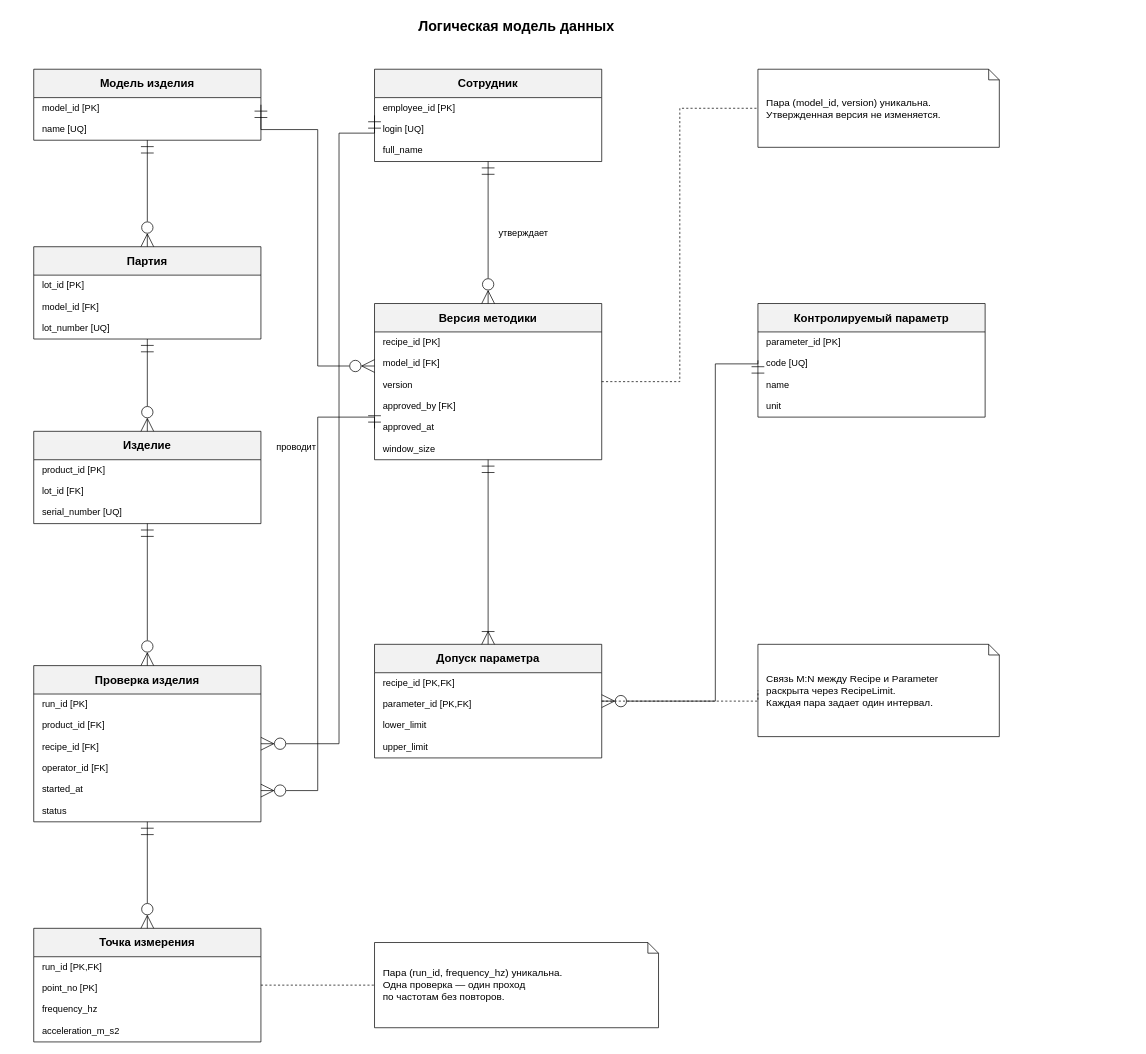
Before: models/er_logical.drawio in gglev/haptic-qc-system, a draw.io diagram. Source tidied: cells renumbered, new cells numbered last; positions are measured from the earlier drawing's top-left corner, leaving out a move shared by most shapes. Both pictures are drawn from the tidied source at 71%, with x=0, y=0 at pixel (12, 12).
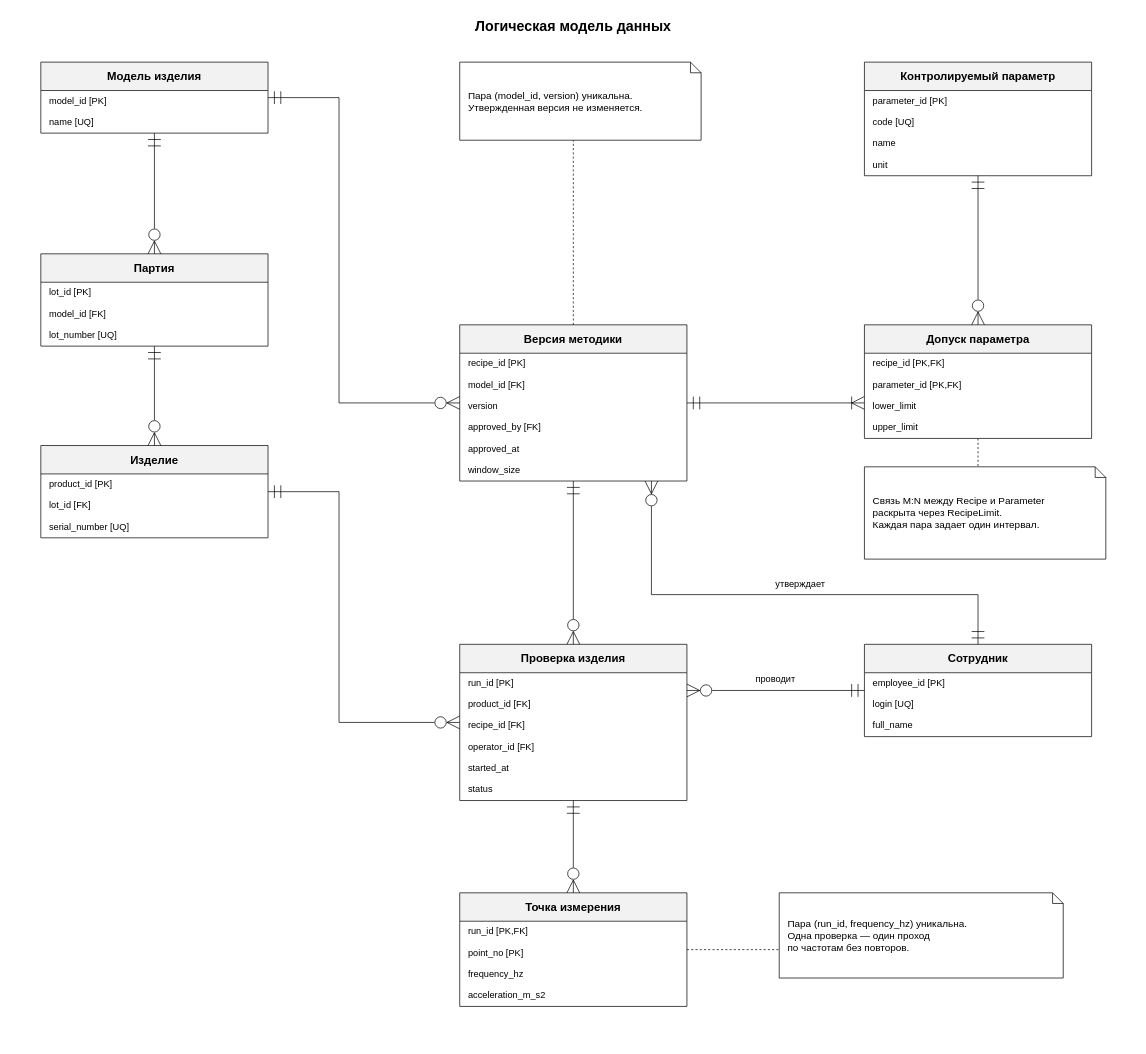
Above is the later version.

What changed in the source:
```diff
@@
     <mxCell id="2" value="Логическая модель данных" style="whiteSpace=wrap;html=0;fontFamily=Arial;fontSize=14;fontColor=#000000;strokeColor=#000000;fillColor=#ffffff;text;strokeColor=none;fillColor=none;fontSize=20;fontStyle=1;align=center;" parent="1" vertex="1">
-      <mxGeometry width="1420" height="44" as="geometry" />
+      <mxGeometry width="1580" height="44" as="geometry" />
     </mxCell>
     <mxCell id="3" value="Модель изделия" style="whiteSpace=wrap;html=0;fontFamily=Arial;fontSize=14;fontColor=#000000;strokeColor=#000000;fillColor=#ffffff;swimlane;horizontal=1;startSize=40;fontStyle=1;fontSize=16;align=center;swimlaneFillColor=#ffffff;fillColor=#f2f2f2;" parent="1" vertex="1">
-      <mxGeometry x="30" y="80" width="320" height="100" as="geometry" />
+      <mxGeometry x="40" y="70" width="320" height="100" as="geometry" />
     </mxCell>
@@
     <mxCell id="6" value="Партия" style="whiteSpace=wrap;html=0;fontFamily=Arial;fontSize=14;fontColor=#000000;strokeColor=#000000;fillColor=#ffffff;swimlane;horizontal=1;startSize=40;fontStyle=1;fontSize=16;align=center;swimlaneFillColor=#ffffff;fillColor=#f2f2f2;" parent="1" vertex="1">
-      <mxGeometry x="30" y="330" width="320" height="130" as="geometry" />
+      <mxGeometry x="40" y="340" width="320" height="130" as="geometry" />
     </mxCell>
@@
     <mxCell id="10" value="Изделие" style="whiteSpace=wrap;html=0;fontFamily=Arial;fontSize=14;fontColor=#000000;strokeColor=#000000;fillColor=#ffffff;swimlane;horizontal=1;startSize=40;fontStyle=1;fontSize=16;align=center;swimlaneFillColor=#ffffff;fillColor=#f2f2f2;" parent="1" vertex="1">
-      <mxGeometry x="30" y="590" width="320" height="130" as="geometry" />
+      <mxGeometry x="40" y="610" width="320" height="130" as="geometry" />
     </mxCell>
@@
     <mxCell id="14" value="Сотрудник" style="whiteSpace=wrap;html=0;fontFamily=Arial;fontSize=14;fontColor=#000000;strokeColor=#000000;fillColor=#ffffff;swimlane;horizontal=1;startSize=40;fontStyle=1;fontSize=16;align=center;swimlaneFillColor=#ffffff;fillColor=#f2f2f2;" parent="1" vertex="1">
-      <mxGeometry x="510" y="80" width="320" height="130" as="geometry" />
+      <mxGeometry x="1200" y="890" width="320" height="130" as="geometry" />
     </mxCell>
@@
     <mxCell id="18" value="Версия методики" style="whiteSpace=wrap;html=0;fontFamily=Arial;fontSize=14;fontColor=#000000;strokeColor=#000000;fillColor=#ffffff;swimlane;horizontal=1;startSize=40;fontStyle=1;fontSize=16;align=center;swimlaneFillColor=#ffffff;fillColor=#f2f2f2;" parent="1" vertex="1">
-      <mxGeometry x="510" y="410" width="320" height="220" as="geometry" />
+      <mxGeometry x="630" y="440" width="320" height="220" as="geometry" />
     </mxCell>
@@
     <mxCell id="25" value="Контролируемый параметр" style="whiteSpace=wrap;html=0;fontFamily=Arial;fontSize=14;fontColor=#000000;strokeColor=#000000;fillColor=#ffffff;swimlane;horizontal=1;startSize=40;fontStyle=1;fontSize=16;align=center;swimlaneFillColor=#ffffff;fillColor=#f2f2f2;" parent="1" vertex="1">
-      <mxGeometry x="1050" y="410" width="320" height="160" as="geometry" />
+      <mxGeometry x="1200" y="70" width="320" height="160" as="geometry" />
     </mxCell>
@@
     <mxCell id="30" value="Допуск параметра" style="whiteSpace=wrap;html=0;fontFamily=Arial;fontSize=14;fontColor=#000000;strokeColor=#000000;fillColor=#ffffff;swimlane;horizontal=1;startSize=40;fontStyle=1;fontSize=16;align=center;swimlaneFillColor=#ffffff;fillColor=#f2f2f2;" parent="1" vertex="1">
-      <mxGeometry x="510" y="890" width="320" height="160" as="geometry" />
+      <mxGeometry x="1200" y="440" width="320" height="160" as="geometry" />
     </mxCell>
@@
     <mxCell id="35" value="Проверка изделия" style="whiteSpace=wrap;html=0;fontFamily=Arial;fontSize=14;fontColor=#000000;strokeColor=#000000;fillColor=#ffffff;swimlane;horizontal=1;startSize=40;fontStyle=1;fontSize=16;align=center;swimlaneFillColor=#ffffff;fillColor=#f2f2f2;" parent="1" vertex="1">
-      <mxGeometry x="30" y="920" width="320" height="220" as="geometry" />
+      <mxGeometry x="630" y="890" width="320" height="220" as="geometry" />
     </mxCell>
@@
     <mxCell id="42" value="Точка измерения" style="whiteSpace=wrap;html=0;fontFamily=Arial;fontSize=14;fontColor=#000000;strokeColor=#000000;fillColor=#ffffff;swimlane;horizontal=1;startSize=40;fontStyle=1;fontSize=16;align=center;swimlaneFillColor=#ffffff;fillColor=#f2f2f2;" parent="1" vertex="1">
-      <mxGeometry x="30" y="1290" width="320" height="160" as="geometry" />
+      <mxGeometry x="630" y="1240" width="320" height="160" as="geometry" />
     </mxCell>
@@
-    <mxCell id="47" style="edgeStyle=orthogonalEdgeStyle;rounded=0;jettySize=20;html=0;fontFamily=Arial;fontSize=13;fontColor=#000000;strokeColor=#000000;labelBackgroundColor=#ffffff;endArrow=block;endFill=1;exitX=0.5;exitY=1;entryX=0.5;entryY=0;exitDx=0;exitDy=0;entryDx=0;entryDy=0;startArrow=ERmandOne;startFill=0;startSize=16;endSize=16;endFill=0;endArrow=ERzeroToMany;" parent="1" edge="1" source="3" target="6">
+    <mxCell id="47" style="edgeStyle=orthogonalEdgeStyle;rounded=0;jettySize=20;html=0;fontFamily=Arial;fontSize=13;fontColor=#000000;strokeColor=#000000;labelBackgroundColor=#ffffff;endArrow=block;endFill=1;startArrow=ERmandOne;startFill=0;startSize=16;endSize=16;endFill=0;endArrow=ERzeroToMany;exitX=0.5;exitY=1.0;exitDx=0;exitDy=0;entryX=0.5;entryY=0.0;entryDx=0;entryDy=0;" parent="1" edge="1" source="3" target="6">
       <mxGeometry relative="1" as="geometry" />
     </mxCell>
-    <mxCell id="48" style="edgeStyle=orthogonalEdgeStyle;rounded=0;jettySize=20;html=0;fontFamily=Arial;fontSize=13;fontColor=#000000;strokeColor=#000000;labelBackgroundColor=#ffffff;endArrow=block;endFill=1;exitX=0.5;exitY=1;entryX=0.5;entryY=0;exitDx=0;exitDy=0;entryDx=0;entryDy=0;startArrow=ERmandOne;startFill=0;startSize=16;endSize=16;endFill=0;endArrow=ERzeroToMany;" parent="1" edge="1" source="6" target="10">
+    <mxCell id="48" style="edgeStyle=orthogonalEdgeStyle;rounded=0;jettySize=20;html=0;fontFamily=Arial;fontSize=13;fontColor=#000000;strokeColor=#000000;labelBackgroundColor=#ffffff;endArrow=block;endFill=1;startArrow=ERmandOne;startFill=0;startSize=16;endSize=16;endFill=0;endArrow=ERzeroToMany;exitX=0.5;exitY=1.0;exitDx=0;exitDy=0;entryX=0.5;entryY=0.0;entryDx=0;entryDy=0;" parent="1" edge="1" source="6" target="10">
       <mxGeometry relative="1" as="geometry" />
     </mxCell>
-    <mxCell id="49" style="edgeStyle=orthogonalEdgeStyle;rounded=0;jettySize=20;html=0;fontFamily=Arial;fontSize=13;fontColor=#000000;strokeColor=#000000;labelBackgroundColor=#ffffff;endArrow=block;endFill=1;exitX=1;exitY=0.5;entryX=0;entryY=0.4;exitDx=0;exitDy=0;entryDx=0;entryDy=0;startArrow=ERmandOne;startFill=0;startSize=16;endSize=16;endFill=0;endArrow=ERzeroToMany;" parent="1" edge="1" source="3" target="18">
+    <mxCell id="49" style="edgeStyle=orthogonalEdgeStyle;rounded=0;jettySize=20;html=0;fontFamily=Arial;fontSize=13;fontColor=#000000;strokeColor=#000000;labelBackgroundColor=#ffffff;endArrow=block;endFill=1;startArrow=ERmandOne;startFill=0;startSize=16;endSize=16;endFill=0;endArrow=ERzeroToMany;exitX=1.0;exitY=0.5;exitDx=0;exitDy=0;entryX=0.0;entryY=0.5;entryDx=0;entryDy=0;" parent="1" edge="1" source="3" target="18">
       <mxGeometry relative="1" as="geometry">
         <Array as="points">
-          <mxPoint x="350" y="165" />
-          <mxPoint x="430" y="165" />
-          <mxPoint x="430" y="498" />
+          <mxPoint x="460" y="120" />
+          <mxPoint x="460" y="550" />
         </Array>
       </mxGeometry>
     </mxCell>
-    <mxCell id="50" value="утверждает" style="edgeStyle=orthogonalEdgeStyle;rounded=0;jettySize=20;html=0;fontFamily=Arial;fontSize=13;fontColor=#000000;strokeColor=#000000;labelBackgroundColor=#ffffff;endArrow=block;endFill=1;exitX=0.5;exitY=1;entryX=0.5;entryY=0;exitDx=0;exitDy=0;entryDx=0;entryDy=0;startArrow=ERmandOne;startFill=0;startSize=16;endSize=16;endFill=0;endArrow=ERzeroToMany;" parent="1" edge="1" source="14" target="18">
-      <mxGeometry y="50" relative="1" as="geometry" />
+    <mxCell id="50" value="утверждает" style="edgeStyle=orthogonalEdgeStyle;rounded=0;jettySize=20;html=0;fontFamily=Arial;fontSize=13;fontColor=#000000;strokeColor=#000000;labelBackgroundColor=#ffffff;endArrow=block;endFill=1;startArrow=ERmandOne;startFill=0;startSize=16;endSize=16;endFill=0;endArrow=ERzeroToMany;exitX=0.5;exitY=0.0;exitDx=0;exitDy=0;entryX=0.84375;entryY=1.0;entryDx=0;entryDy=0;" parent="1" edge="1" source="14" target="18">
+      <mxGeometry relative="1" as="geometry">
+        <Array as="points">
+          <mxPoint x="1360" y="820" />
+          <mxPoint x="900" y="820" />
+        </Array>
+        <mxPoint x="25" y="-16" as="offset" />
+      </mxGeometry>
     </mxCell>
-    <mxCell id="51" value="проводит" style="edgeStyle=orthogonalEdgeStyle;rounded=0;jettySize=20;html=0;fontFamily=Arial;fontSize=13;fontColor=#000000;strokeColor=#000000;labelBackgroundColor=#ffffff;endArrow=block;endFill=1;exitX=0;exitY=0.5;entryX=1;entryY=0.5;exitDx=0;exitDy=0;entryDx=0;entryDy=0;startArrow=ERmandOne;startFill=0;startSize=16;endSize=16;endFill=0;endArrow=ERzeroToMany;" parent="1" edge="1" source="14" target="35">
-      <mxGeometry x="-0.01" y="-60" relative="1" as="geometry">
-        <Array as="points">
-          <mxPoint x="510" y="170" />
-          <mxPoint x="460" y="170" />
-          <mxPoint x="460" y="1030" />
-        </Array>
+    <mxCell id="51" value="проводит" style="edgeStyle=orthogonalEdgeStyle;rounded=0;jettySize=20;html=0;fontFamily=Arial;fontSize=13;fontColor=#000000;strokeColor=#000000;labelBackgroundColor=#ffffff;endArrow=block;endFill=1;startArrow=ERmandOne;startFill=0;startSize=16;endSize=16;endFill=0;endArrow=ERzeroToMany;exitX=0.0;exitY=0.5;exitDx=0;exitDy=0;entryX=1.0;entryY=0.29545454545454547;entryDx=0;entryDy=0;" parent="1" edge="1" source="14" target="35">
+      <mxGeometry relative="1" as="geometry">
+        <mxPoint y="-17" as="offset" />
       </mxGeometry>
     </mxCell>
-    <mxCell id="52" style="edgeStyle=orthogonalEdgeStyle;rounded=0;jettySize=20;html=0;fontFamily=Arial;fontSize=13;fontColor=#000000;strokeColor=#000000;labelBackgroundColor=#ffffff;endArrow=block;endFill=1;exitX=0.5;exitY=1;entryX=0.5;entryY=0;exitDx=0;exitDy=0;entryDx=0;entryDy=0;startArrow=ERmandOne;startFill=0;startSize=16;endSize=16;endFill=0;endArrow=ERzeroToMany;" parent="1" edge="1" source="10" target="35">
-      <mxGeometry relative="1" as="geometry" />
+    <mxCell id="52" style="edgeStyle=orthogonalEdgeStyle;rounded=0;jettySize=20;html=0;fontFamily=Arial;fontSize=13;fontColor=#000000;strokeColor=#000000;labelBackgroundColor=#ffffff;endArrow=block;endFill=1;startArrow=ERmandOne;startFill=0;startSize=16;endSize=16;endFill=0;endArrow=ERzeroToMany;exitX=1.0;exitY=0.5;exitDx=0;exitDy=0;entryX=0.0;entryY=0.5;entryDx=0;entryDy=0;" parent="1" edge="1" source="10" target="35">
+      <mxGeometry relative="1" as="geometry">
+        <Array as="points">
+          <mxPoint x="460" y="675" />
+          <mxPoint x="460" y="1000" />
+        </Array>
+      </mxGeometry>
     </mxCell>
-    <mxCell id="53" style="edgeStyle=orthogonalEdgeStyle;rounded=0;jettySize=20;html=0;fontFamily=Arial;fontSize=13;fontColor=#000000;strokeColor=#000000;labelBackgroundColor=#ffffff;endArrow=block;endFill=1;exitX=0;exitY=0.8;entryX=1;entryY=0.8;exitDx=0;exitDy=0;entryDx=0;entryDy=0;startArrow=ERmandOne;startFill=0;startSize=16;endSize=16;endFill=0;endArrow=ERzeroToMany;" parent="1" edge="1" source="18" target="35">
-      <mxGeometry relative="1" as="geometry">
-        <Array as="points">
-          <mxPoint x="510" y="570" />
-          <mxPoint x="430" y="570" />
-          <mxPoint x="430" y="1096" />
-        </Array>
-      </mxGeometry>
+    <mxCell id="53" style="edgeStyle=orthogonalEdgeStyle;rounded=0;jettySize=20;html=0;fontFamily=Arial;fontSize=13;fontColor=#000000;strokeColor=#000000;labelBackgroundColor=#ffffff;endArrow=block;endFill=1;startArrow=ERmandOne;startFill=0;startSize=16;endSize=16;endFill=0;endArrow=ERzeroToMany;exitX=0.5;exitY=1.0;exitDx=0;exitDy=0;entryX=0.5;entryY=0.0;entryDx=0;entryDy=0;" parent="1" edge="1" source="18" target="35">
+      <mxGeometry relative="1" as="geometry" />
     </mxCell>
-    <mxCell id="54" style="edgeStyle=orthogonalEdgeStyle;rounded=0;jettySize=20;html=0;fontFamily=Arial;fontSize=13;fontColor=#000000;strokeColor=#000000;labelBackgroundColor=#ffffff;endArrow=block;endFill=1;exitX=0.5;exitY=1;entryX=0.5;entryY=0;exitDx=0;exitDy=0;entryDx=0;entryDy=0;startArrow=ERmandOne;startFill=0;startSize=16;endSize=16;endFill=0;endArrow=ERoneToMany;" parent="1" edge="1" source="18" target="30">
+    <mxCell id="54" style="edgeStyle=orthogonalEdgeStyle;rounded=0;jettySize=20;html=0;fontFamily=Arial;fontSize=13;fontColor=#000000;strokeColor=#000000;labelBackgroundColor=#ffffff;endArrow=block;endFill=1;startArrow=ERmandOne;startFill=0;startSize=16;endSize=16;endFill=0;endArrow=ERoneToMany;exitX=1.0;exitY=0.5;exitDx=0;exitDy=0;entryX=0.0;entryY=0.6875;entryDx=0;entryDy=0;" parent="1" edge="1" source="18" target="30">
       <mxGeometry relative="1" as="geometry" />
     </mxCell>
-    <mxCell id="55" style="edgeStyle=orthogonalEdgeStyle;rounded=0;jettySize=20;html=0;fontFamily=Arial;fontSize=13;fontColor=#000000;strokeColor=#000000;labelBackgroundColor=#ffffff;endArrow=block;endFill=1;exitX=0;exitY=0.5;entryX=1;entryY=0.5;exitDx=0;exitDy=0;entryDx=0;entryDy=0;startArrow=ERmandOne;startFill=0;startSize=16;endSize=16;endFill=0;endArrow=ERzeroToMany;" parent="1" edge="1" source="25" target="30">
-      <mxGeometry relative="1" as="geometry">
-        <Array as="points">
-          <mxPoint x="990" y="495" />
-          <mxPoint x="990" y="970" />
-        </Array>
-      </mxGeometry>
+    <mxCell id="55" style="edgeStyle=orthogonalEdgeStyle;rounded=0;jettySize=20;html=0;fontFamily=Arial;fontSize=13;fontColor=#000000;strokeColor=#000000;labelBackgroundColor=#ffffff;endArrow=block;endFill=1;startArrow=ERmandOne;startFill=0;startSize=16;endSize=16;endFill=0;endArrow=ERzeroToMany;exitX=0.5;exitY=1.0;exitDx=0;exitDy=0;entryX=0.5;entryY=0.0;entryDx=0;entryDy=0;" parent="1" edge="1" source="25" target="30">
+      <mxGeometry relative="1" as="geometry" />
     </mxCell>
-    <mxCell id="56" style="edgeStyle=orthogonalEdgeStyle;rounded=0;jettySize=20;html=0;fontFamily=Arial;fontSize=13;fontColor=#000000;strokeColor=#000000;labelBackgroundColor=#ffffff;endArrow=block;endFill=1;exitX=0.5;exitY=1;entryX=0.5;entryY=0;exitDx=0;exitDy=0;entryDx=0;entryDy=0;startArrow=ERmandOne;startFill=0;startSize=16;endSize=16;endFill=0;endArrow=ERzeroToMany;" parent="1" edge="1" source="35" target="42">
+    <mxCell id="56" style="edgeStyle=orthogonalEdgeStyle;rounded=0;jettySize=20;html=0;fontFamily=Arial;fontSize=13;fontColor=#000000;strokeColor=#000000;labelBackgroundColor=#ffffff;endArrow=block;endFill=1;startArrow=ERmandOne;startFill=0;startSize=16;endSize=16;endFill=0;endArrow=ERzeroToMany;exitX=0.5;exitY=1.0;exitDx=0;exitDy=0;entryX=0.5;entryY=0.0;entryDx=0;entryDy=0;" parent="1" edge="1" source="35" target="42">
       <mxGeometry relative="1" as="geometry" />
     </mxCell>
     <mxCell id="57" value="Пара (model_id, version) уникальна.&#10;Утвержденная версия не изменяется." style="whiteSpace=wrap;html=0;fontFamily=Arial;fontSize=14;fontColor=#000000;strokeColor=#000000;fillColor=#ffffff;shape=note;size=15;align=left;spacing=12;" parent="1" vertex="1">
-      <mxGeometry x="1050" y="80" width="340" height="110" as="geometry" />
+      <mxGeometry x="630" y="70" width="340" height="110" as="geometry" />
     </mxCell>
-    <mxCell id="58" style="edgeStyle=orthogonalEdgeStyle;rounded=0;jettySize=20;html=0;fontFamily=Arial;fontSize=13;fontColor=#000000;strokeColor=#000000;labelBackgroundColor=#ffffff;endArrow=block;endFill=1;exitX=1;exitY=0.5;entryX=0;entryY=0.5;exitDx=0;exitDy=0;entryDx=0;entryDy=0;endArrow=none;startArrow=none;dashed=1;" parent="1" edge="1" source="18" target="57">
+    <mxCell id="58" style="edgeStyle=orthogonalEdgeStyle;rounded=0;jettySize=20;html=0;fontFamily=Arial;fontSize=13;fontColor=#000000;strokeColor=#000000;labelBackgroundColor=#ffffff;endArrow=block;endFill=1;endArrow=none;startArrow=none;dashed=1;exitX=0.5;exitY=0.0;exitDx=0;exitDy=0;entryX=0.47058823529411764;entryY=1.0;entryDx=0;entryDy=0;" parent="1" edge="1" source="18" target="57">
       <mxGeometry relative="1" as="geometry" />
     </mxCell>
     <mxCell id="59" value="Связь M:N между Recipe и Parameter&#10;раскрыта через RecipeLimit.&#10;Каждая пара задает один интервал." style="whiteSpace=wrap;html=0;fontFamily=Arial;fontSize=14;fontColor=#000000;strokeColor=#000000;fillColor=#ffffff;shape=note;size=15;align=left;spacing=12;" parent="1" vertex="1">
-      <mxGeometry x="1050" y="890" width="340" height="130" as="geometry" />
+      <mxGeometry x="1200" y="640" width="340" height="130" as="geometry" />
     </mxCell>
-    <mxCell id="60" style="edgeStyle=orthogonalEdgeStyle;rounded=0;jettySize=20;html=0;fontFamily=Arial;fontSize=13;fontColor=#000000;strokeColor=#000000;labelBackgroundColor=#ffffff;endArrow=block;endFill=1;exitX=1;exitY=0.5;entryX=0;entryY=0.5;exitDx=0;exitDy=0;entryDx=0;entryDy=0;endArrow=none;startArrow=none;dashed=1;" parent="1" edge="1" source="30" target="59">
-      <mxGeometry relative="1" as="geometry">
-        <Array as="points">
-          <mxPoint x="1050" y="970" />
-        </Array>
-      </mxGeometry>
+    <mxCell id="60" style="edgeStyle=orthogonalEdgeStyle;rounded=0;jettySize=20;html=0;fontFamily=Arial;fontSize=13;fontColor=#000000;strokeColor=#000000;labelBackgroundColor=#ffffff;endArrow=block;endFill=1;endArrow=none;startArrow=none;dashed=1;exitX=0.5;exitY=1.0;exitDx=0;exitDy=0;entryX=0.47058823529411764;entryY=0.0;entryDx=0;entryDy=0;" parent="1" edge="1" source="30" target="59">
+      <mxGeometry relative="1" as="geometry" />
     </mxCell>
     <mxCell id="61" value="Пара (run_id, frequency_hz) уникальна.&#10;Одна проверка — один проход&#10;по частотам без повторов." style="whiteSpace=wrap;html=0;fontFamily=Arial;fontSize=14;fontColor=#000000;strokeColor=#000000;fillColor=#ffffff;shape=note;size=15;align=left;spacing=12;" parent="1" vertex="1">
-      <mxGeometry x="510" y="1310" width="400" height="120" as="geometry" />
+      <mxGeometry x="1080" y="1240" width="400" height="120" as="geometry" />
     </mxCell>
-    <mxCell id="62" style="edgeStyle=orthogonalEdgeStyle;rounded=0;jettySize=20;html=0;fontFamily=Arial;fontSize=13;fontColor=#000000;strokeColor=#000000;labelBackgroundColor=#ffffff;endArrow=block;endFill=1;exitX=1;exitY=0.5;entryX=0;entryY=0.5;exitDx=0;exitDy=0;entryDx=0;entryDy=0;endArrow=none;startArrow=none;dashed=1;" parent="1" edge="1" source="42" target="61">
+    <mxCell id="62" style="edgeStyle=orthogonalEdgeStyle;rounded=0;jettySize=20;html=0;fontFamily=Arial;fontSize=13;fontColor=#000000;strokeColor=#000000;labelBackgroundColor=#ffffff;endArrow=block;endFill=1;endArrow=none;startArrow=none;dashed=1;exitX=1.0;exitY=0.5;exitDx=0;exitDy=0;entryX=0.0;entryY=0.6666666666666666;entryDx=0;entryDy=0;" parent="1" edge="1" source="42" target="61">
       <mxGeometry relative="1" as="geometry" />
     </mxCell>
```
